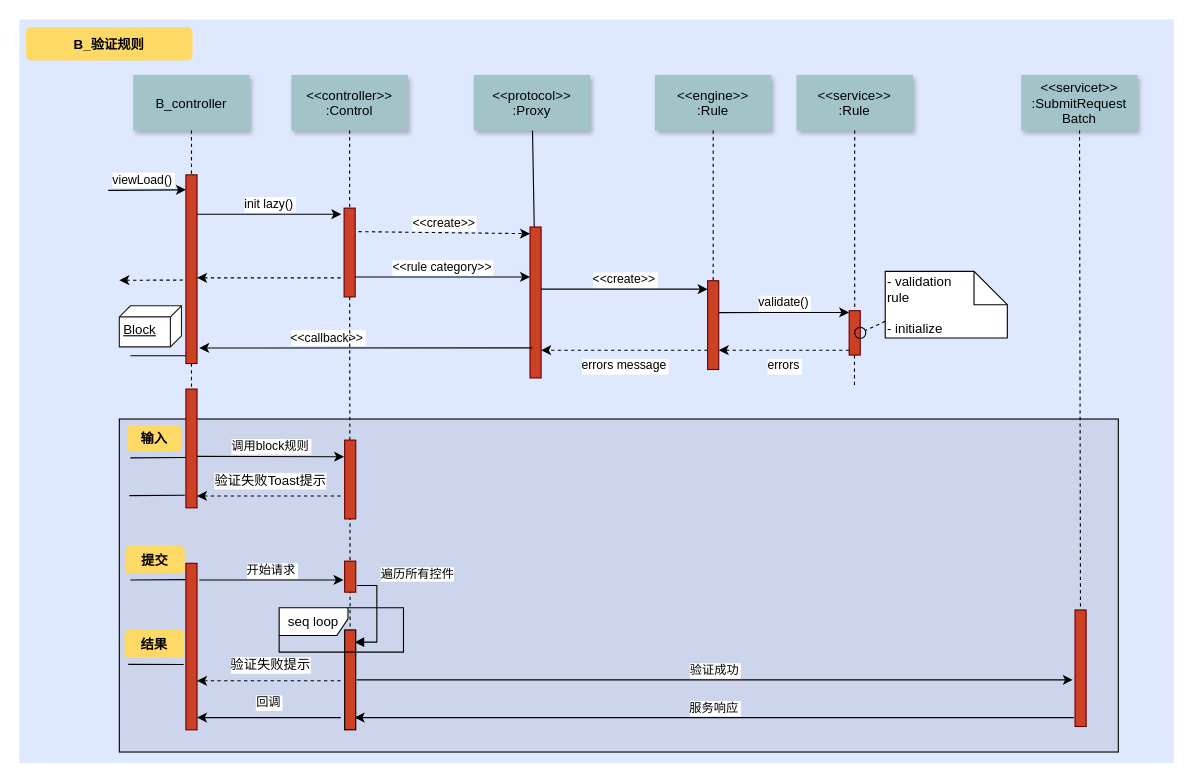
The draw.io diagram B端验证规则.drawio in Arthurcsh/Draw.io, before the edit. Source tidied: cells renumbered, new cells numbered last; positions are measured from the earlier drawing's top-left corner, leaving out a move shared by most shapes. Both pictures are drawn from the tidied source at 111%, with x=0, y=0 at pixel (19, 19).
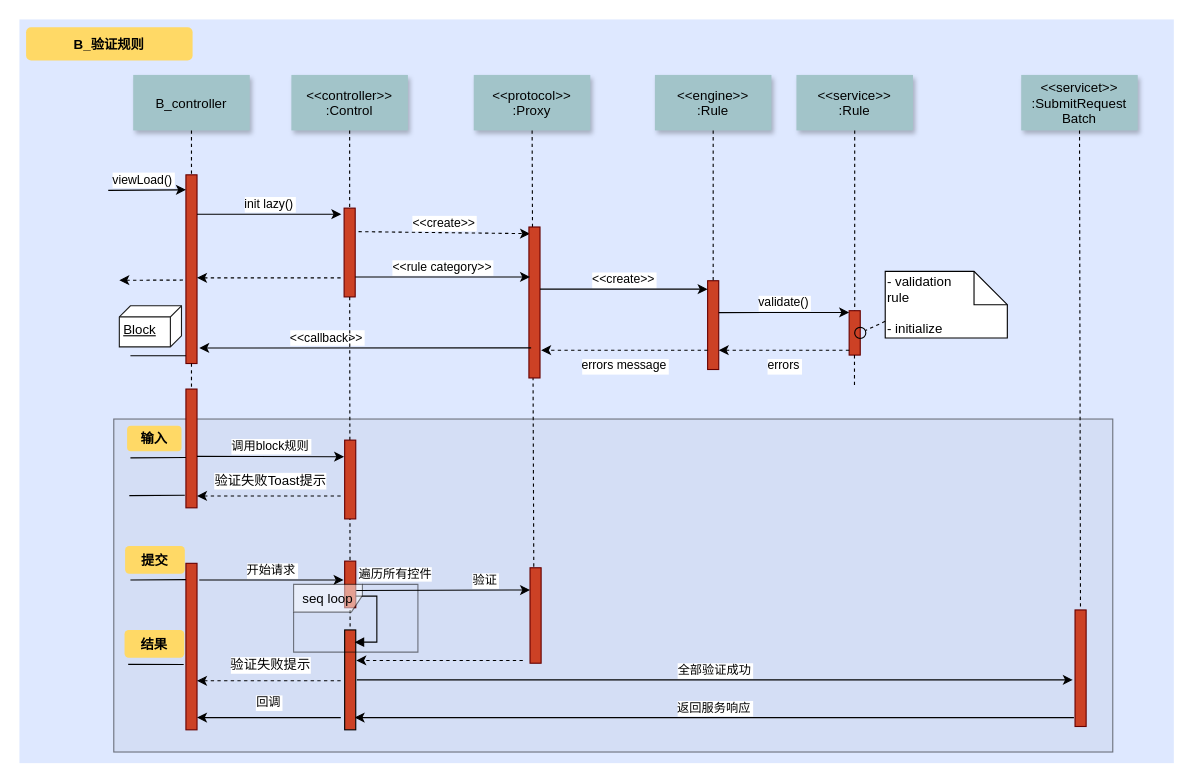
After the change.

Commit message:
已添加 B端验证规则.drawio

The change refers to these unchanged cells:
```xml
<mxCell id="14" value="&lt;&lt;protocol&gt;&gt;&#10;:Proxy" style="shadow=1;fillColor=#A2C4C9;strokeColor=none;" parent="1" vertex="1">
  <mxGeometry x="409.3" y="50" width="105" height="50" as="geometry" />
</mxCell>
```

What changed in the source:
```diff
@@
-    <mxCell id="3" style="fillColor=#CCD5EB;" parent="1" vertex="1">
-      <mxGeometry x="90" y="360" width="900" height="300" as="geometry" />
+    <mxCell id="3" style="fillColor=#CCD5EB;opacity=50;" parent="1" vertex="1">
+      <mxGeometry x="85" y="360" width="900" height="300" as="geometry" />
     </mxCell>
@@
-    <mxCell id="15" style="edgeStyle=none;endArrow=none;" parent="1" edge="1" source="14" target="16">
+    <mxCell id="15" style="edgeStyle=none;endArrow=none;dashed=1;entryX=0.35;entryY=0.364;entryDx=0;entryDy=0;entryPerimeter=0;" parent="1" edge="1" source="14" target="65">
       <mxGeometry x="437" y="270" as="geometry" />
     </mxCell>
     <mxCell id="16" style="fillColor=#CC4125;strokeColor=#660000;" parent="1" vertex="1">
-      <mxGeometry x="460" y="187" width="10" height="136" as="geometry" />
+      <mxGeometry x="459" y="187" width="10" height="136" as="geometry" />
     </mxCell>
@@
-    <mxCell id="44" value="服务响应" style="edgeStyle=elbowEdgeStyle;elbow=vertical;verticalLabelPosition=bottom;verticalAlign=bottom;exitX=0;exitY=0.75;exitDx=0;exitDy=0;" parent="1" edge="1">
+    <mxCell id="44" value="返回服务响应" style="edgeStyle=elbowEdgeStyle;elbow=horizontal;verticalLabelPosition=bottom;verticalAlign=bottom;exitX=0;exitY=0.75;exitDx=0;exitDy=0;" parent="1" edge="1">
       <mxGeometry x="540" y="592.1" as="geometry">
         <mxPoint x="950" y="629" as="sourcePoint" />
         <mxPoint x="302" y="629" as="targetPoint" />
       </mxGeometry>
     </mxCell>
@@
     <mxCell id="56" style="fillColor=#CC4125;strokeColor=#660000;" parent="1" vertex="1">
-      <mxGeometry x="293" y="488" width="10" height="28" as="geometry" />
+      <mxGeometry x="293" y="488" width="10" height="42" as="geometry" />
     </mxCell>
@@
-    <mxCell id="58" value="遍历所有控件" style="edgeStyle=orthogonalEdgeStyle;html=1;align=left;spacingLeft=2;endArrow=block;rounded=0;entryX=1;entryY=0;" parent="1" edge="1">
-      <mxGeometry x="-0.6" y="10" relative="1" as="geometry">
-        <mxPoint x="304" y="510" as="sourcePoint" />
+    <mxCell id="58" value="遍历所有控件" style="edgeStyle=orthogonalEdgeStyle;html=1;align=left;spacingLeft=2;endArrow=block;rounded=0;entryX=1;entryY=0;exitX=1;exitY=0.75;exitDx=0;exitDy=0;" parent="1" edge="1" source="56">
+      <mxGeometry x="-0.53" y="-28" relative="1" as="geometry">
         <mxPoint x="302" y="561" as="targetPoint" />
         <Array as="points">
-          <mxPoint x="322" y="510" />
+          <mxPoint x="322" y="520" />
           <mxPoint x="322" y="561" />
         </Array>
-        <mxPoint x="-10" y="-10" as="offset" />
+        <mxPoint x="8" y="-20" as="offset" />
       </mxGeometry>
     </mxCell>
-    <mxCell id="59" value="seq loop" style="shape=umlFrame;whiteSpace=wrap;html=1;width=62;height=25;" parent="1" vertex="1">
-      <mxGeometry x="234" y="530" width="112" height="40" as="geometry" />
+    <mxCell id="59" value="seq loop" style="shape=umlFrame;whiteSpace=wrap;html=1;width=62;height=25;opacity=50;" parent="1" vertex="1">
+      <mxGeometry x="247" y="509" width="112" height="61" as="geometry" />
     </mxCell>
@@
-    <mxCell id="63" value="验证成功" style="edgeStyle=elbowEdgeStyle;elbow=vertical;verticalLabelPosition=top;verticalAlign=bottom;entryX=1.3;entryY=0.657;entryDx=0;entryDy=0;entryPerimeter=0;" parent="1" edge="1">
+    <mxCell id="63" value="全部验证成功" style="edgeStyle=elbowEdgeStyle;elbow=vertical;verticalLabelPosition=top;verticalAlign=bottom;entryX=1.3;entryY=0.657;entryDx=0;entryDy=0;entryPerimeter=0;" parent="1" edge="1">
       <mxGeometry x="346" y="643.5" as="geometry">
         <mxPoint x="304" y="595" as="sourcePoint" />
         <mxPoint x="949" y="595" as="targetPoint" />
       </mxGeometry>
     </mxCell>
@@
+    <mxCell id="65" style="fillColor=#CC4125;strokeColor=#660000;" parent="1" vertex="1">
+      <mxGeometry x="460" y="494" width="10" height="86" as="geometry" />
+    </mxCell>
+    <mxCell id="66" value="验证" style="edgeStyle=elbowEdgeStyle;elbow=vertical;verticalLabelPosition=top;verticalAlign=bottom;entryX=0;entryY=0.233;entryDx=0;entryDy=0;entryPerimeter=0;" parent="1" edge="1" target="65">
+      <mxGeometry as="geometry">
+        <mxPoint x="303.5" y="514.5" as="sourcePoint" />
+        <mxPoint x="38" as="offset" />
+      </mxGeometry>
+    </mxCell>
+    <mxCell id="67" style="edgeStyle=elbowEdgeStyle;elbow=vertical;dashed=1;verticalLabelPosition=bottom;verticalAlign=top;" parent="1" edge="1">
+      <mxGeometry x="383.5" y="519.5" as="geometry">
+        <mxPoint x="453.5" y="577.5" as="sourcePoint" />
+        <mxPoint x="303.5" y="577.5" as="targetPoint" />
+        <Array as="points">
+          <mxPoint x="376.5" y="577.5" />
+        </Array>
+      </mxGeometry>
+    </mxCell>
```
